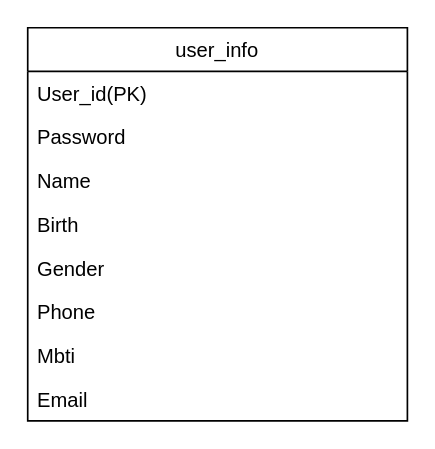
This is mbtidb.drawio from HUH-HOON/MBTI_Date, a draw.io file, before an edit. Source tidied: cells renumbered, new cells numbered last; positions are measured from the earlier drawing's top-left corner, leaving out a move shared by most shapes. Both pictures are drawn from the tidied source at 168%, with x=0, y=0 at pixel (27, 27).
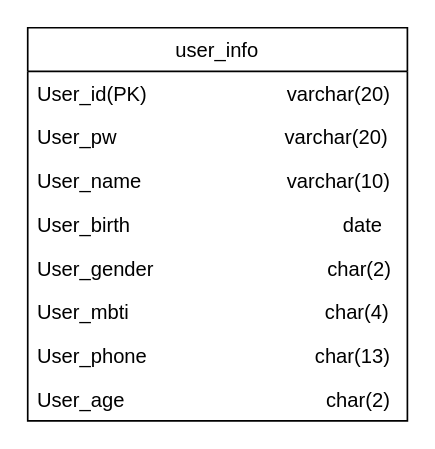
After the change.

The edit, as a diff of the source:
```diff
@@
 <mxGraphModel>
   <root>
     <mxCell id="0" />
     <mxCell id="1" parent="0" />
     <mxCell id="2" value="user_info" style="swimlane;fontStyle=0;align=center;verticalAlign=top;horizontal=1;startSize=26;rounded=0;shadow=0;strokeWidth=1;" parent="1" vertex="1">
       <mxGeometry width="226" height="234" as="geometry" />
     </mxCell>
-    <mxCell id="3" value="User_id(PK)" style="text;align=left;verticalAlign=top;spacingLeft=4;spacingRight=4;overflow=hidden;" parent="2" vertex="1">
+    <mxCell id="3" value="User_id(PK)                         varchar(20)" style="text;align=left;verticalAlign=top;spacingLeft=4;spacingRight=4;overflow=hidden;" parent="2" vertex="1">
       <mxGeometry y="26" width="226" height="26" as="geometry" />
     </mxCell>
-    <mxCell id="4" value="Password" style="text;align=left;verticalAlign=top;spacingLeft=4;spacingRight=4;overflow=hidden;rounded=0;shadow=0;html=0;" parent="2" vertex="1">
+    <mxCell id="4" value="User_pw                              varchar(20)" style="text;align=left;verticalAlign=top;spacingLeft=4;spacingRight=4;overflow=hidden;rounded=0;shadow=0;html=0;" parent="2" vertex="1">
       <mxGeometry y="52" width="226" height="26" as="geometry" />
     </mxCell>
-    <mxCell id="5" value="Name" style="text;align=left;verticalAlign=top;spacingLeft=4;spacingRight=4;overflow=hidden;rounded=0;shadow=0;html=0;" parent="2" vertex="1">
+    <mxCell id="5" value="User_name                          varchar(10)" style="text;align=left;verticalAlign=top;spacingLeft=4;spacingRight=4;overflow=hidden;rounded=0;shadow=0;html=0;" parent="2" vertex="1">
       <mxGeometry y="78" width="226" height="26" as="geometry" />
     </mxCell>
-    <mxCell id="6" value="Birth" style="text;align=left;verticalAlign=top;spacingLeft=4;spacingRight=4;overflow=hidden;rounded=0;shadow=0;html=0;" parent="2" vertex="1">
+    <mxCell id="6" value="User_birth                                      date" style="text;align=left;verticalAlign=top;spacingLeft=4;spacingRight=4;overflow=hidden;rounded=0;shadow=0;html=0;" parent="2" vertex="1">
       <mxGeometry y="104" width="226" height="26" as="geometry" />
     </mxCell>
-    <mxCell id="7" value="Gender" style="text;align=left;verticalAlign=top;spacingLeft=4;spacingRight=4;overflow=hidden;rounded=0;shadow=0;html=0;" parent="2" vertex="1">
+    <mxCell id="7" value="User_gender                               char(2)" style="text;align=left;verticalAlign=top;spacingLeft=4;spacingRight=4;overflow=hidden;rounded=0;shadow=0;html=0;" parent="2" vertex="1">
       <mxGeometry y="130" width="226" height="26" as="geometry" />
     </mxCell>
-    <mxCell id="8" value="Phone" style="text;align=left;verticalAlign=top;spacingLeft=4;spacingRight=4;overflow=hidden;" parent="2" vertex="1">
+    <mxCell id="8" value="User_mbti                                   char(4)" style="text;align=left;verticalAlign=top;spacingLeft=4;spacingRight=4;overflow=hidden;" parent="2" vertex="1">
       <mxGeometry y="156" width="226" height="26" as="geometry" />
     </mxCell>
-    <mxCell id="9" value="Mbti" style="text;align=left;verticalAlign=top;spacingLeft=4;spacingRight=4;overflow=hidden;" parent="2" vertex="1">
+    <mxCell id="9" value="User_phone                              char(13)" style="text;align=left;verticalAlign=top;spacingLeft=4;spacingRight=4;overflow=hidden;" parent="2" vertex="1">
       <mxGeometry y="182" width="226" height="26" as="geometry" />
     </mxCell>
-    <mxCell id="10" value="Email" style="text;align=left;verticalAlign=top;spacingLeft=4;spacingRight=4;overflow=hidden;" parent="2" vertex="1">
+    <mxCell id="10" value="User_age                                    char(2)" style="text;align=left;verticalAlign=top;spacingLeft=4;spacingRight=4;overflow=hidden;" parent="2" vertex="1">
       <mxGeometry y="208" width="226" height="26" as="geometry" />
     </mxCell>
   </root>
 </mxGraphModel>
```
